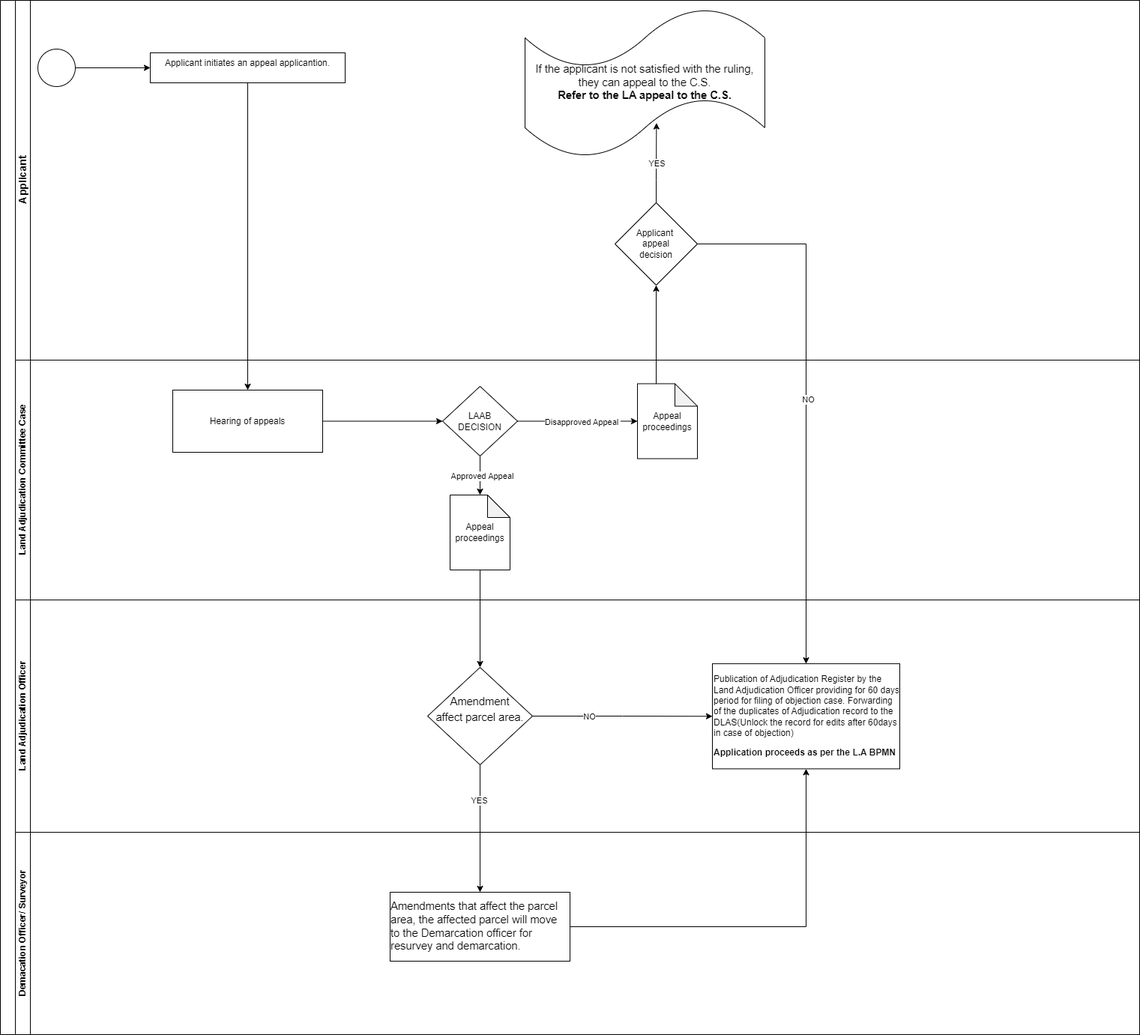
Earlier version of the draw.io export Land Adjudication Appeal to the LAAB.drawio.png (geoprojectke/BPMN). Source tidied: cells renumbered, new cells last; positions are measured from the earlier drawing's top-left corner, leaving out a move shared by most shapes. Source of this version:
```xml
<mxGraphModel>
  <root>
    <mxCell id="0" />
    <mxCell id="1" parent="0" />
    <mxCell id="2" style="swimlane;html=1;horizontal=0;startSize=20;whiteSpace=wrap;" parent="1" vertex="1">
      <mxGeometry width="1520" height="1380" as="geometry" />
    </mxCell>
    <mxCell id="3" value="&lt;font style=&quot;font-size: 14px;&quot;&gt;Applicant&lt;/font&gt;" style="swimlane;html=1;startSize=20;horizontal=0;" parent="2" vertex="1">
      <mxGeometry x="20" width="1500" height="480" as="geometry" />
    </mxCell>
    <mxCell id="4" style="edgeStyle=orthogonalEdgeStyle;rounded=0;jettySize=auto;html=1;exitX=1;exitY=0.5;exitDx=0;exitDy=0;exitPerimeter=0;entryX=0;entryY=0.5;entryDx=0;entryDy=0;" parent="3" edge="1" source="5" target="6">
      <mxGeometry relative="1" as="geometry" />
    </mxCell>
    <mxCell id="5" style="points=[[0.145,0.145,0],[0.5,0,0],[0.855,0.145,0],[1,0.5,0],[0.855,0.855,0],[0.5,1,0],[0.145,0.855,0],[0,0.5,0]];shape=mxgraph.bpmn.event;html=1;verticalLabelPosition=bottom;labelBackgroundColor=#ffffff;verticalAlign=top;align=center;perimeter=ellipsePerimeter;outlineConnect=0;outline=standard;symbol=general;" parent="3" vertex="1">
      <mxGeometry x="30" y="65" width="50" height="50" as="geometry" />
    </mxCell>
    <mxCell id="6" value="&lt;div style=&quot;&quot;&gt;&lt;span style=&quot;background-color: initial;&quot;&gt;Applicant initiates an appeal applicantion.&lt;/span&gt;&lt;/div&gt;" style="whiteSpace=wrap;html=1;verticalAlign=top;align=center;" parent="3" vertex="1">
      <mxGeometry x="180" y="70" width="260" height="40" as="geometry" />
    </mxCell>
    <mxCell id="7" value="&lt;span id=&quot;docs-internal-guid-db0c2f5f-7fff-f415-b782-565040d1eb2e&quot;&gt;&lt;span style=&quot;font-size: 11pt; font-family: Arial, sans-serif; background-color: transparent; font-variant-numeric: normal; font-variant-east-asian: normal; font-variant-alternates: normal; font-variant-position: normal; vertical-align: baseline; white-space-collapse: preserve;&quot;&gt;If the applicant is not satisfied with the ruling, they can appeal to the C.S.&lt;/span&gt;&lt;/span&gt;&lt;div&gt;&lt;span&gt;&lt;span style=&quot;font-size: 11pt; font-family: Arial, sans-serif; background-color: transparent; font-variant-numeric: normal; font-variant-east-asian: normal; font-variant-alternates: normal; font-variant-position: normal; vertical-align: baseline; white-space-collapse: preserve;&quot;&gt;&lt;b&gt;Refer to the LA appeal to the C.S.&lt;/b&gt;&lt;/span&gt;&lt;/span&gt;&lt;/div&gt;" style="shape=tape;whiteSpace=wrap;html=1;" parent="3" vertex="1">
      <mxGeometry x="680" y="10" width="320" height="200" as="geometry" />
    </mxCell>
    <mxCell id="8" value="Applicant&amp;nbsp;&lt;div&gt;appeal&lt;div&gt;decision&lt;/div&gt;&lt;/div&gt;" style="rhombus;whiteSpace=wrap;html=1;" parent="3" vertex="1">
      <mxGeometry x="800" y="270" width="110" height="110" as="geometry" />
    </mxCell>
    <mxCell id="9" style="edgeStyle=orthogonalEdgeStyle;rounded=0;jettySize=auto;html=1;exitX=0.5;exitY=0;exitDx=0;exitDy=0;entryX=0.548;entryY=0.768;entryDx=0;entryDy=0;entryPerimeter=0;" parent="3" edge="1" source="8" target="7">
      <mxGeometry relative="1" as="geometry" />
    </mxCell>
    <mxCell id="10" value="YES" style="edgeLabel;html=1;align=center;verticalAlign=middle;" parent="9" vertex="1">
      <mxGeometry x="-0.01" relative="1" as="geometry" />
    </mxCell>
    <mxCell id="11" value="Land Adjudication Committee Case" style="swimlane;html=1;startSize=20;horizontal=0;" parent="2" vertex="1">
      <mxGeometry x="20" y="480" width="1500" height="320" as="geometry" />
    </mxCell>
    <mxCell id="12" style="edgeStyle=orthogonalEdgeStyle;rounded=0;jettySize=auto;html=1;exitX=1;exitY=0.5;exitDx=0;exitDy=0;entryX=0;entryY=0.5;entryDx=0;entryDy=0;" parent="11" edge="1" source="13" target="14">
      <mxGeometry relative="1" as="geometry" />
    </mxCell>
    <mxCell id="13" value="Hearing of appeals" style="whiteSpace=wrap;html=1;" parent="11" vertex="1">
      <mxGeometry x="210" y="40" width="200" height="83" as="geometry" />
    </mxCell>
    <mxCell id="14" value="LAAB&lt;div&gt;DECISION&lt;/div&gt;" style="rhombus;whiteSpace=wrap;html=1;" parent="11" vertex="1">
      <mxGeometry x="570" y="35" width="100" height="93" as="geometry" />
    </mxCell>
    <mxCell id="15" value="Appeal proceedings" style="shape=note;whiteSpace=wrap;html=1;backgroundOutline=1;darkOpacity=0.05;" parent="11" vertex="1">
      <mxGeometry x="830" y="31.5" width="80" height="100" as="geometry" />
    </mxCell>
    <mxCell id="16" style="edgeStyle=orthogonalEdgeStyle;rounded=0;jettySize=auto;html=1;exitX=1;exitY=0.5;exitDx=0;exitDy=0;entryX=0;entryY=0.5;entryDx=0;entryDy=0;entryPerimeter=0;" parent="11" edge="1" source="14" target="15">
      <mxGeometry relative="1" as="geometry" />
    </mxCell>
    <mxCell id="17" value="Disapproved Appeal&amp;nbsp;" style="edgeLabel;html=1;align=center;verticalAlign=middle;" parent="16" vertex="1">
      <mxGeometry x="0.07" y="-1" relative="1" as="geometry" />
    </mxCell>
    <mxCell id="18" value="Appeal proceedings" style="shape=note;whiteSpace=wrap;html=1;backgroundOutline=1;darkOpacity=0.05;" parent="11" vertex="1">
      <mxGeometry x="580" y="180" width="80" height="100" as="geometry" />
    </mxCell>
    <mxCell id="19" style="edgeStyle=orthogonalEdgeStyle;rounded=0;jettySize=auto;html=1;exitX=0.5;exitY=1;exitDx=0;exitDy=0;entryX=0.5;entryY=0;entryDx=0;entryDy=0;entryPerimeter=0;" parent="11" edge="1" source="14" target="18">
      <mxGeometry relative="1" as="geometry" />
    </mxCell>
    <mxCell id="20" value="Approved Appeal" style="edgeLabel;html=1;align=center;verticalAlign=middle;" parent="19" vertex="1">
      <mxGeometry x="0.01" y="2" relative="1" as="geometry" />
    </mxCell>
    <mxCell id="21" value="Land Adjudication Officer" style="swimlane;html=1;startSize=20;horizontal=0;" parent="2" vertex="1">
      <mxGeometry x="20" y="800" width="1500" height="310" as="geometry" />
    </mxCell>
    <mxCell id="22" style="edgeStyle=orthogonalEdgeStyle;rounded=0;jettySize=auto;html=1;exitX=1;exitY=0.5;exitDx=0;exitDy=0;entryX=0;entryY=0.5;entryDx=0;entryDy=0;" parent="21" edge="1" source="25" target="24">
      <mxGeometry relative="1" as="geometry" />
    </mxCell>
    <mxCell id="23" value="NO" style="edgeLabel;html=1;align=center;verticalAlign=middle;" parent="22" vertex="1">
      <mxGeometry x="-0.38" relative="1" as="geometry" />
    </mxCell>
    <mxCell id="24" value="&lt;p class=&quot;MsoNormal&quot;&gt;&lt;span lang=&quot;EN-GB&quot;&gt;Publication of Adjudication Register by the Land Adjudication Officer providing for 60 days period for filing of objection case. Forwarding of the duplicates of Adjudication record to the DLAS(Unlock the record for edits after 60days in case of objection)&lt;/span&gt;&lt;/p&gt;&lt;p class=&quot;MsoNormal&quot;&gt;&lt;span lang=&quot;EN-GB&quot;&gt;&lt;b&gt;Application proceeds as per the L.A BPMN&lt;/b&gt;&lt;/span&gt;&lt;/p&gt;" style="rounded=0;whiteSpace=wrap;html=1;align=left;" parent="21" vertex="1">
      <mxGeometry x="930" y="85.1" width="250" height="140.2" as="geometry" />
    </mxCell>
    <mxCell id="25" value="&lt;p style=&quot;line-height: 1.38; margin-top: 0pt; margin-bottom: 0pt;&quot; dir=&quot;ltr&quot;&gt;&lt;span style=&quot;font-size: 11pt; font-family: Arial, sans-serif; background-color: transparent; font-variant-numeric: normal; font-variant-east-asian: normal; font-variant-alternates: normal; font-variant-position: normal; vertical-align: baseline; white-space-collapse: preserve;&quot;&gt;Amendment&lt;/span&gt;&lt;/p&gt;&lt;p style=&quot;line-height: 1.38; margin-top: 0pt; margin-bottom: 0pt;&quot; dir=&quot;ltr&quot;&gt;&lt;span style=&quot;font-size: 11pt; font-family: Arial, sans-serif; background-color: transparent; font-variant-numeric: normal; font-variant-east-asian: normal; font-variant-alternates: normal; font-variant-position: normal; vertical-align: baseline; white-space-collapse: preserve;&quot;&gt;affect parcel area.&lt;/span&gt;&lt;/p&gt;&lt;div&gt;&lt;span style=&quot;font-size: 11pt; font-family: Arial, sans-serif; background-color: transparent; font-variant-numeric: normal; font-variant-east-asian: normal; font-variant-alternates: normal; font-variant-position: normal; vertical-align: baseline; white-space-collapse: preserve;&quot;&gt;&lt;br&gt;&lt;/span&gt;&lt;/div&gt;" style="rhombus;whiteSpace=wrap;html=1;" parent="21" vertex="1">
      <mxGeometry x="550" y="90" width="140" height="130" as="geometry" />
    </mxCell>
    <mxCell id="26" value="Demacation Officer/ Surveyor" style="swimlane;html=1;startSize=20;horizontal=0;" parent="2" vertex="1">
      <mxGeometry x="20" y="1110" width="1500" height="270" as="geometry" />
    </mxCell>
    <mxCell id="27" style="edgeStyle=orthogonalEdgeStyle;rounded=0;orthogonalLoop=1;jettySize=auto;html=1;exitX=0.5;exitY=1;exitDx=0;exitDy=0;" parent="26" edge="1">
      <mxGeometry relative="1" as="geometry">
        <mxPoint x="1880" y="166" as="targetPoint" />
      </mxGeometry>
    </mxCell>
    <mxCell id="28" value="Rejects" style="edgeLabel;html=1;align=center;verticalAlign=middle;" parent="27" vertex="1">
      <mxGeometry x="-0.29" y="-3" relative="1" as="geometry" />
    </mxCell>
    <mxCell id="29" value="&lt;div style=&quot;text-align: left;&quot;&gt;&lt;span id=&quot;docs-internal-guid-d6d3c011-7fff-b26b-1240-02130e1e9896&quot;&gt;&lt;span style=&quot;font-size: 11pt; font-family: Arial, sans-serif; background-color: transparent; font-variant-numeric: normal; font-variant-east-asian: normal; font-variant-alternates: normal; font-variant-position: normal; vertical-align: baseline; white-space-collapse: preserve;&quot;&gt;Amendments that affect the parcel area, the affected parcel will move to the Demarcation officer for resurvey and demarcation.&lt;/span&gt;&lt;/span&gt;&lt;br&gt;&lt;/div&gt;" style="whiteSpace=wrap;html=1;" parent="26" vertex="1">
      <mxGeometry x="500" y="80" width="240" height="92" as="geometry" />
    </mxCell>
    <mxCell id="30" style="edgeStyle=orthogonalEdgeStyle;rounded=0;jettySize=auto;html=1;exitX=0.5;exitY=1;exitDx=0;exitDy=0;" parent="2" edge="1" source="6" target="13">
      <mxGeometry relative="1" as="geometry" />
    </mxCell>
    <mxCell id="31" style="edgeStyle=orthogonalEdgeStyle;rounded=0;jettySize=auto;html=1;exitX=0.5;exitY=1;exitDx=0;exitDy=0;exitPerimeter=0;" parent="2" edge="1" source="18" target="25">
      <mxGeometry relative="1" as="geometry" />
    </mxCell>
    <mxCell id="32" style="edgeStyle=orthogonalEdgeStyle;rounded=0;jettySize=auto;html=1;entryX=0.5;entryY=0;entryDx=0;entryDy=0;exitX=0.5;exitY=1;exitDx=0;exitDy=0;" parent="2" edge="1" source="25" target="29">
      <mxGeometry relative="1" as="geometry" />
    </mxCell>
    <mxCell id="33" value="YES" style="edgeLabel;html=1;align=center;verticalAlign=middle;" parent="32" vertex="1">
      <mxGeometry x="-0.45" y="-2" relative="1" as="geometry" />
    </mxCell>
    <mxCell id="34" style="edgeStyle=orthogonalEdgeStyle;rounded=0;jettySize=auto;html=1;exitX=1;exitY=0.5;exitDx=0;exitDy=0;entryX=0.5;entryY=1;entryDx=0;entryDy=0;" parent="2" edge="1" source="29" target="24">
      <mxGeometry relative="1" as="geometry" />
    </mxCell>
    <mxCell id="35" style="edgeStyle=orthogonalEdgeStyle;rounded=0;jettySize=auto;html=1;exitX=0;exitY=0;exitDx=25;exitDy=0;exitPerimeter=0;entryX=0.5;entryY=1;entryDx=0;entryDy=0;" parent="2" edge="1" source="15" target="8">
      <mxGeometry relative="1" as="geometry" />
    </mxCell>
    <mxCell id="36" style="edgeStyle=orthogonalEdgeStyle;rounded=0;jettySize=auto;html=1;exitX=1;exitY=0.5;exitDx=0;exitDy=0;entryX=0.5;entryY=0;entryDx=0;entryDy=0;" parent="2" edge="1" source="8" target="24">
      <mxGeometry relative="1" as="geometry" />
    </mxCell>
    <mxCell id="37" value="NO" style="edgeLabel;html=1;align=center;verticalAlign=middle;" parent="36" vertex="1">
      <mxGeometry y="2" relative="1" as="geometry" />
    </mxCell>
  </root>
</mxGraphModel>
```
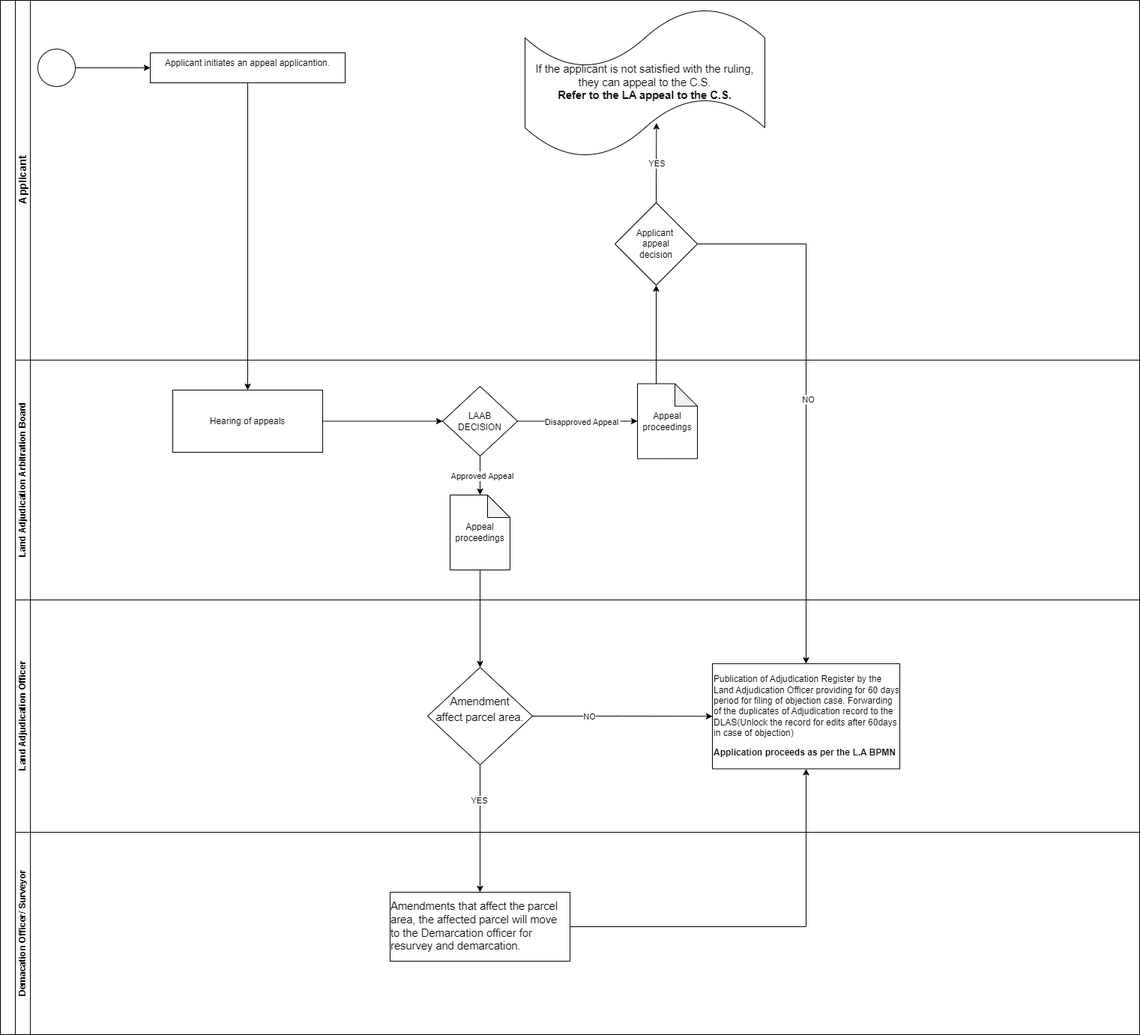
Above is the later version.

Change to the diagram source:
```diff
@@ -29,7 +29,7 @@
     <mxCell id="10" value="YES" style="edgeLabel;html=1;align=center;verticalAlign=middle;" parent="9" vertex="1">
       <mxGeometry x="-0.01" relative="1" as="geometry" />
     </mxCell>
-    <mxCell id="11" value="Land Adjudication Committee Case" style="swimlane;html=1;startSize=20;horizontal=0;" parent="2" vertex="1">
+    <mxCell id="11" value="Land Adjudication Arbitration Board" style="swimlane;html=1;startSize=20;horizontal=0;" parent="2" vertex="1">
       <mxGeometry x="20" y="480" width="1500" height="320" as="geometry" />
     </mxCell>
     <mxCell id="12" style="edgeStyle=orthogonalEdgeStyle;rounded=0;jettySize=auto;html=1;exitX=1;exitY=0.5;exitDx=0;exitDy=0;entryX=0;entryY=0.5;entryDx=0;entryDy=0;" parent="11" edge="1" source="13" target="14">
```
